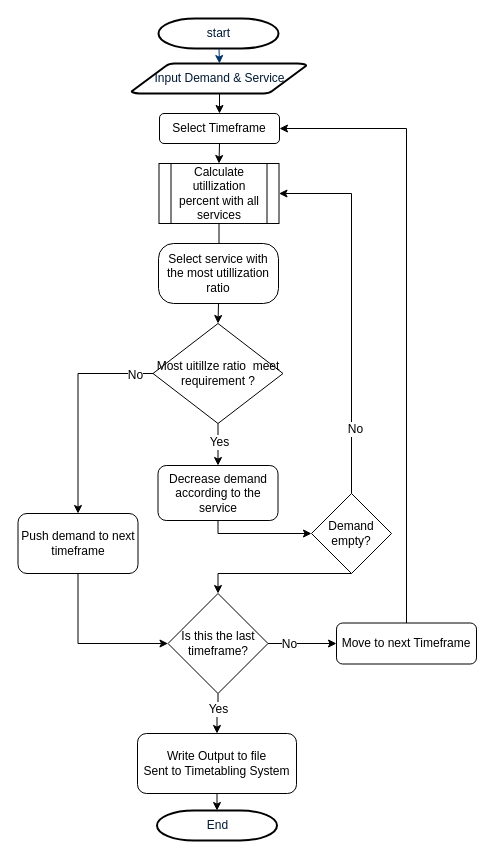
atchapcyp/service_planning_core keeps this draw.io diagram as present_chart/Service plan flow ProjectDay.drawio. Above is the earlier version. Source tidied: cells renumbered, new cells numbered last; positions are measured from the earlier drawing's top-left corner, leaving out a move shared by most shapes. Both pictures are drawn from the tidied source at 100%, with x=0, y=0 at pixel (18, 18).
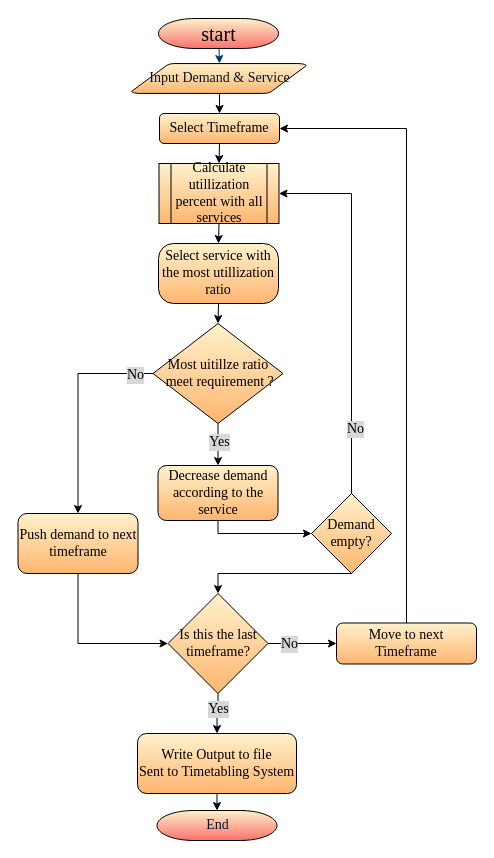
The same page after the edit.

Change to the diagram source:
```diff
@@
-    <mxCell id="2" value="start" style="shape=mxgraph.flowchart.terminator;fillColor=#FFFFFF;strokeColor=#000000;strokeWidth=2;gradientColor=none;gradientDirection=north;fontColor=#001933;fontStyle=0;html=1;" parent="1" vertex="1">
+    <mxCell id="2" value="start" style="shape=mxgraph.flowchart.terminator;fillColor=#FFF2CC;strokeColor=#000000;strokeWidth=1;gradientDirection=south;fontStyle=0;html=1;fontFamily=Times New Roman;spacing=2;fontSize=20;gradientColor=#FA726D;labelBorderColor=none;" parent="1" vertex="1">
       <mxGeometry x="140" width="120" height="30" as="geometry" />
     </mxCell>
-    <mxCell id="3" value="Input Demand &amp;amp; Service&lt;br&gt;" style="shape=mxgraph.flowchart.data;fillColor=#FFFFFF;strokeColor=#000000;strokeWidth=2;gradientColor=none;gradientDirection=north;fontColor=#001933;fontStyle=0;html=1;" parent="1" vertex="1">
+    <mxCell id="3" value="Input Demand &amp;amp; Service&lt;br style=&quot;font-size: 14px;&quot;&gt;" style="shape=mxgraph.flowchart.data;fillColor=#FFF2CC;strokeColor=#000000;strokeWidth=1;gradientColor=#FFB570;gradientDirection=south;fontColor=#001933;fontStyle=0;html=1;fontFamily=Times New Roman;spacing=2;fontSize=14;labelBorderColor=none;" parent="1" vertex="1">
       <mxGeometry x="113" y="45" width="175" height="30" as="geometry" />
     </mxCell>
-    <mxCell id="4" style="edgeStyle=orthogonalEdgeStyle;rounded=0;html=1;exitX=0.5;exitY=1;exitPerimeter=0;entryX=0.5;entryY=0;jettySize=auto;" parent="1" edge="1" target="7">
+    <mxCell id="4" style="edgeStyle=orthogonalEdgeStyle;rounded=0;html=1;exitX=0.5;exitY=1;exitPerimeter=0;entryX=0.5;entryY=0;jettySize=auto;fontFamily=Times New Roman;spacing=2;fontSize=14;labelBorderColor=none;" parent="1" edge="1" target="7">
       <mxGeometry relative="1" as="geometry">
         <mxPoint x="200" y="75" as="sourcePoint" />
       </mxGeometry>
     </mxCell>
-    <mxCell id="5" style="fontColor=#001933;fontStyle=1;strokeColor=#003366;strokeWidth=1;html=1;" parent="1" edge="1" source="2">
+    <mxCell id="5" style="fontColor=#001933;fontStyle=1;strokeColor=#003366;strokeWidth=1;html=1;fontFamily=Times New Roman;spacing=2;fontSize=14;labelBorderColor=none;" parent="1" edge="1" source="2">
       <mxGeometry relative="1" as="geometry">
         <mxPoint x="201" y="45" as="targetPoint" />
       </mxGeometry>
     </mxCell>
-    <mxCell id="6" style="edgeStyle=orthogonalEdgeStyle;rounded=0;html=1;exitX=0.5;exitY=1;entryX=0.5;entryY=0;jettySize=auto;" parent="1" edge="1" source="7" target="23">
+    <mxCell id="6" style="edgeStyle=orthogonalEdgeStyle;rounded=0;html=1;exitX=0.5;exitY=1;entryX=0.5;entryY=0;jettySize=auto;fontFamily=Times New Roman;spacing=2;fontSize=14;labelBorderColor=none;" parent="1" edge="1" source="7" target="23">
       <mxGeometry relative="1" as="geometry" />
     </mxCell>
-    <mxCell id="7" value="Select Timeframe" style="rounded=1;whiteSpace=wrap;html=1;" parent="1" vertex="1">
+    <mxCell id="7" value="Select Timeframe" style="rounded=1;whiteSpace=wrap;html=1;fontFamily=Times New Roman;spacing=2;fontSize=14;fillColor=#FFF2CC;gradientColor=#FFB570;labelBorderColor=none;strokeColor=#000000;strokeWidth=1;" parent="1" vertex="1">
       <mxGeometry x="141" y="95" width="120" height="30" as="geometry" />
     </mxCell>
-    <mxCell id="8" style="edgeStyle=orthogonalEdgeStyle;rounded=0;html=1;exitX=0.5;exitY=0;entryX=1;entryY=0.5;jettySize=auto;" parent="1" edge="1" source="11" target="23">
+    <mxCell id="8" style="edgeStyle=orthogonalEdgeStyle;rounded=0;html=1;exitX=0.5;exitY=0;entryX=1;entryY=0.5;jettySize=auto;fontFamily=Times New Roman;spacing=2;fontSize=14;labelBorderColor=none;" parent="1" edge="1" source="11" target="23">
       <mxGeometry relative="1" as="geometry" />
     </mxCell>
-    <mxCell id="9" value="No" style="text;html=1;align=center;verticalAlign=middle;labelBackgroundColor=#ffffff;" parent="8" vertex="1">
+    <mxCell id="9" value="No" style="text;html=1;align=center;verticalAlign=middle;labelBackgroundColor=#d7d8d9;fontFamily=Times New Roman;spacing=2;fontSize=14;labelBorderColor=none;fontColor=#000000;" parent="8" vertex="1">
       <mxGeometry x="-0.65" y="-3" relative="1" as="geometry" />
     </mxCell>
-    <mxCell id="10" style="edgeStyle=orthogonalEdgeStyle;rounded=0;jettySize=auto;html=1;exitX=0.5;exitY=1;exitDx=0;exitDy=0;entryX=0.5;entryY=0;entryDx=0;entryDy=0;" parent="1" edge="1" source="11" target="16">
+    <mxCell id="10" style="edgeStyle=orthogonalEdgeStyle;rounded=0;jettySize=auto;html=1;exitX=0.5;exitY=1;exitDx=0;exitDy=0;entryX=0.5;entryY=0;entryDx=0;entryDy=0;fontFamily=Times New Roman;spacing=2;fontSize=14;labelBorderColor=none;" parent="1" edge="1" source="11" target="16">
       <mxGeometry relative="1" as="geometry">
         <Array as="points">
           <mxPoint x="200" y="555" />
         </Array>
       </mxGeometry>
     </mxCell>
-    <mxCell id="11" value="Demand empty?" style="rhombus;whiteSpace=wrap;html=1;" parent="1" vertex="1">
+    <mxCell id="11" value="Demand empty?" style="rhombus;whiteSpace=wrap;html=1;fontFamily=Times New Roman;spacing=2;fontSize=14;fillColor=#FFF2CC;gradientColor=#FFB570;labelBorderColor=none;strokeColor=#000000;strokeWidth=1;" parent="1" vertex="1">
       <mxGeometry x="293" y="475" width="80" height="80" as="geometry" />
     </mxCell>
-    <mxCell id="12" style="edgeStyle=orthogonalEdgeStyle;rounded=0;html=1;exitX=0.5;exitY=1;entryX=0.5;entryY=0;jettySize=auto;" parent="1" edge="1" source="16" target="18">
+    <mxCell id="12" style="edgeStyle=orthogonalEdgeStyle;rounded=0;html=1;exitX=0.5;exitY=1;entryX=0.5;entryY=0;jettySize=auto;fontFamily=Times New Roman;spacing=2;fontSize=14;labelBorderColor=none;" parent="1" edge="1" source="16" target="18">
       <mxGeometry relative="1" as="geometry" />
     </mxCell>
-    <mxCell id="13" value="Yes" style="text;html=1;align=center;verticalAlign=middle;labelBackgroundColor=#ffffff;" parent="12" vertex="1">
+    <mxCell id="13" value="Yes" style="text;html=1;align=center;verticalAlign=middle;labelBackgroundColor=#d7d8d9;fontFamily=Times New Roman;spacing=2;fontSize=14;labelBorderColor=none;" parent="12" vertex="1">
       <mxGeometry x="-0.28" relative="1" as="geometry" />
     </mxCell>
-    <mxCell id="14" style="edgeStyle=orthogonalEdgeStyle;rounded=0;html=1;exitX=1;exitY=0.5;entryX=0;entryY=0.5;jettySize=auto;" parent="1" edge="1" source="16" target="32">
+    <mxCell id="14" style="edgeStyle=orthogonalEdgeStyle;rounded=0;html=1;exitX=1;exitY=0.5;entryX=0;entryY=0.5;jettySize=auto;fontFamily=Times New Roman;spacing=2;fontSize=14;labelBorderColor=none;" parent="1" edge="1" source="16" target="32">
       <mxGeometry relative="1" as="geometry" />
     </mxCell>
-    <mxCell id="15" value="No" style="text;html=1;align=center;verticalAlign=middle;labelBackgroundColor=#ffffff;" parent="14" vertex="1">
+    <mxCell id="15" value="No" style="text;html=1;align=center;verticalAlign=middle;labelBackgroundColor=#d7d8d9;fontFamily=Times New Roman;spacing=2;fontSize=14;labelBorderColor=none;" parent="14" vertex="1">
       <mxGeometry x="-0.39" relative="1" as="geometry" />
     </mxCell>
-    <mxCell id="16" value="Is this the last timeframe?" style="rhombus;whiteSpace=wrap;html=1;" parent="1" vertex="1">
+    <mxCell id="16" value="Is this the last timeframe?" style="rhombus;whiteSpace=wrap;html=1;fontFamily=Times New Roman;spacing=2;fontSize=14;fillColor=#FFF2CC;gradientColor=#FFB570;labelBorderColor=none;strokeColor=#000000;strokeWidth=1;" parent="1" vertex="1">
       <mxGeometry x="149.5" y="575" width="100" height="100" as="geometry" />
     </mxCell>
-    <mxCell id="17" style="edgeStyle=orthogonalEdgeStyle;rounded=0;html=1;exitX=0.5;exitY=1;entryX=0.5;entryY=0;entryPerimeter=0;jettySize=auto;" parent="1" edge="1" source="18" target="19">
+    <mxCell id="17" style="edgeStyle=orthogonalEdgeStyle;rounded=0;html=1;exitX=0.5;exitY=1;entryX=0.5;entryY=0;entryPerimeter=0;jettySize=auto;fontFamily=Times New Roman;spacing=2;fontSize=14;labelBorderColor=none;" parent="1" edge="1" source="18" target="19">
       <mxGeometry relative="1" as="geometry" />
     </mxCell>
-    <mxCell id="18" value="Write Output to file&lt;br&gt;Sent to Timetabling System&lt;br&gt;" style="rounded=1;whiteSpace=wrap;html=1;" parent="1" vertex="1">
+    <mxCell id="18" value="Write Output to file&lt;br style=&quot;font-size: 14px;&quot;&gt;Sent to Timetabling System&lt;br style=&quot;font-size: 14px;&quot;&gt;" style="rounded=1;whiteSpace=wrap;html=1;fontFamily=Times New Roman;spacing=2;fontSize=14;fillColor=#FFF2CC;gradientColor=#FFB570;labelBorderColor=none;strokeColor=#000000;strokeWidth=1;" parent="1" vertex="1">
       <mxGeometry x="119" y="715" width="159" height="60" as="geometry" />
     </mxCell>
-    <mxCell id="19" value="End" style="shape=mxgraph.flowchart.terminator;fillColor=#FFFFFF;strokeColor=#000000;strokeWidth=2;gradientColor=none;gradientDirection=north;fontColor=#001933;fontStyle=0;html=1;" parent="1" vertex="1">
+    <mxCell id="19" value="End" style="shape=mxgraph.flowchart.terminator;fillColor=#FFF2CC;strokeColor=#000000;strokeWidth=1;gradientColor=#FA726D;gradientDirection=south;fontColor=#001933;fontStyle=0;html=1;fontFamily=Times New Roman;spacing=2;fontSize=14;labelBorderColor=none;" parent="1" vertex="1">
       <mxGeometry x="138.5" y="792" width="120" height="30" as="geometry" />
     </mxCell>
-    <mxCell id="20" style="edgeStyle=orthogonalEdgeStyle;rounded=0;html=1;exitX=0.5;exitY=1;entryX=0;entryY=0.5;jettySize=auto;" parent="1" edge="1" source="21" target="11">
+    <mxCell id="20" style="edgeStyle=orthogonalEdgeStyle;rounded=0;html=1;exitX=0.5;exitY=1;entryX=0;entryY=0.5;jettySize=auto;fontFamily=Times New Roman;spacing=2;fontSize=14;labelBorderColor=none;" parent="1" edge="1" source="21" target="11">
       <mxGeometry relative="1" as="geometry">
         <Array as="points">
           <mxPoint x="200" y="515" />
           <mxPoint x="293" y="515" />
         </Array>
       </mxGeometry>
     </mxCell>
-    <mxCell id="21" value="Decrease demand according to the service" style="rounded=1;whiteSpace=wrap;html=1;" parent="1" vertex="1">
+    <mxCell id="21" value="Decrease demand according to the service" style="rounded=1;whiteSpace=wrap;html=1;fontFamily=Times New Roman;spacing=2;fontSize=14;fillColor=#FFF2CC;gradientColor=#FFB570;labelBorderColor=none;strokeColor=#000000;strokeWidth=1;" parent="1" vertex="1">
       <mxGeometry x="139.5" y="447" width="120" height="55" as="geometry" />
     </mxCell>
-    <mxCell id="22" style="edgeStyle=orthogonalEdgeStyle;rounded=0;html=1;exitX=0.5;exitY=1;entryX=0.5;entryY=0;jettySize=auto;" parent="1" edge="1" source="23">
-      <mxGeometry relative="1" as="geometry">
-        <mxPoint x="198.7" y="255.2" as="targetPoint" />
-      </mxGeometry>
+    <mxCell id="22" style="edgeStyle=orthogonalEdgeStyle;rounded=0;html=1;exitX=0.5;exitY=1;entryX=0.5;entryY=0;jettySize=auto;fontFamily=Times New Roman;spacing=2;fontSize=14;entryDx=0;entryDy=0;labelBorderColor=none;" parent="1" edge="1" source="23" target="34">
+      <mxGeometry relative="1" as="geometry" />
     </mxCell>
-    <mxCell id="23" value="&lt;span&gt;Calculate utillization percent with all services&lt;/span&gt;" style="shape=process;whiteSpace=wrap;html=1;backgroundOutline=1;" parent="1" vertex="1">
+    <mxCell id="23" value="&lt;span style=&quot;font-size: 14px;&quot;&gt;Calculate utillization percent with all services&lt;/span&gt;" style="shape=process;whiteSpace=wrap;html=1;backgroundOutline=1;fontFamily=Times New Roman;spacing=2;fontSize=14;fillColor=#FFF2CC;gradientColor=#FFB570;labelBorderColor=none;strokeColor=#000000;strokeWidth=1;" parent="1" vertex="1">
       <mxGeometry x="140.5" y="145" width="120" height="60" as="geometry" />
     </mxCell>
-    <mxCell id="24" style="edgeStyle=orthogonalEdgeStyle;rounded=0;html=1;exitX=0.5;exitY=1;entryX=0.5;entryY=0;jettySize=auto;" parent="1" edge="1" source="28" target="21">
+    <mxCell id="24" style="edgeStyle=orthogonalEdgeStyle;rounded=0;html=1;exitX=0.5;exitY=1;entryX=0.5;entryY=0;jettySize=auto;fontFamily=Times New Roman;spacing=2;fontSize=14;labelBorderColor=none;" parent="1" edge="1" source="28" target="21">
       <mxGeometry relative="1" as="geometry" />
     </mxCell>
-    <mxCell id="25" value="Yes" style="text;html=1;align=center;verticalAlign=middle;labelBackgroundColor=#ffffff;" parent="24" vertex="1">
+    <mxCell id="25" value="Yes" style="text;html=1;align=center;verticalAlign=middle;labelBackgroundColor=#d7d8d9;fontFamily=Times New Roman;spacing=2;fontSize=14;labelBorderColor=none;" parent="24" vertex="1">
       <mxGeometry x="-0.65" y="3" relative="1" as="geometry">
         <mxPoint x="-2" y="11" as="offset" />
       </mxGeometry>
     </mxCell>
-    <mxCell id="26" style="edgeStyle=orthogonalEdgeStyle;rounded=0;html=1;exitX=0;exitY=0.5;entryX=0.5;entryY=0;jettySize=auto;" parent="1" edge="1" source="28" target="30">
+    <mxCell id="26" style="edgeStyle=orthogonalEdgeStyle;rounded=0;html=1;exitX=0;exitY=0.5;entryX=0.5;entryY=0;jettySize=auto;fontFamily=Times New Roman;spacing=2;fontSize=14;labelBorderColor=none;" parent="1" edge="1" source="28" target="30">
       <mxGeometry relative="1" as="geometry" />
     </mxCell>
-    <mxCell id="27" value="No" style="text;html=1;align=center;verticalAlign=middle;labelBackgroundColor=#ffffff;" parent="26" vertex="1">
+    <mxCell id="27" value="No" style="text;html=1;align=center;verticalAlign=middle;labelBackgroundColor=#d7d8d9;fontFamily=Times New Roman;spacing=2;fontSize=14;labelBorderColor=none;" parent="26" vertex="1">
       <mxGeometry x="-0.83" y="1" relative="1" as="geometry" />
     </mxCell>
-    <mxCell id="28" value="Most uitillze ratio &amp;nbsp;meet requirement ?" style="rhombus;whiteSpace=wrap;html=1;" parent="1" vertex="1">
+    <mxCell id="28" value="Most uitillze ratio &amp;nbsp;meet requirement ?" style="rhombus;whiteSpace=wrap;html=1;fontFamily=Times New Roman;spacing=2;fontSize=14;fillColor=#FFF2CC;gradientColor=#FFB570;labelBorderColor=none;strokeColor=#000000;strokeWidth=1;" parent="1" vertex="1">
       <mxGeometry x="134.5" y="305" width="130" height="100" as="geometry" />
     </mxCell>
-    <mxCell id="29" style="edgeStyle=orthogonalEdgeStyle;rounded=0;html=1;exitX=0.5;exitY=1;entryX=0;entryY=0.5;jettySize=auto;" parent="1" edge="1" source="30" target="16">
+    <mxCell id="29" style="edgeStyle=orthogonalEdgeStyle;rounded=0;html=1;exitX=0.5;exitY=1;entryX=0;entryY=0.5;jettySize=auto;fontFamily=Times New Roman;spacing=2;fontSize=14;labelBorderColor=none;" parent="1" edge="1" source="30" target="16">
       <mxGeometry relative="1" as="geometry" />
     </mxCell>
-    <mxCell id="30" value="Push demand to next timeframe" style="rounded=1;whiteSpace=wrap;html=1;" parent="1" vertex="1">
+    <mxCell id="30" value="Push demand to next timeframe" style="rounded=1;whiteSpace=wrap;html=1;fontFamily=Times New Roman;spacing=2;fontSize=14;fillColor=#FFF2CC;gradientColor=#FFB570;labelBorderColor=none;strokeColor=#000000;strokeWidth=1;" parent="1" vertex="1">
       <mxGeometry x="-0.5" y="495" width="120" height="60" as="geometry" />
     </mxCell>
-    <mxCell id="31" style="edgeStyle=orthogonalEdgeStyle;rounded=0;html=1;exitX=0.5;exitY=0;entryX=1;entryY=0.5;jettySize=auto;" parent="1" edge="1" source="32" target="7">
+    <mxCell id="31" style="edgeStyle=orthogonalEdgeStyle;rounded=0;html=1;exitX=0.5;exitY=0;entryX=1;entryY=0.5;jettySize=auto;fontFamily=Times New Roman;spacing=2;fontSize=14;labelBorderColor=none;" parent="1" edge="1" source="32" target="7">
       <mxGeometry relative="1" as="geometry" />
     </mxCell>
-    <mxCell id="32" value="Move to next Timeframe" style="rounded=1;whiteSpace=wrap;html=1;" parent="1" vertex="1">
+    <mxCell id="32" value="Move to next Timeframe" style="rounded=1;whiteSpace=wrap;html=1;fontFamily=Times New Roman;spacing=2;fontSize=14;fillColor=#FFF2CC;gradientColor=#FFB570;labelBorderColor=none;strokeColor=#000000;strokeWidth=1;" parent="1" vertex="1">
       <mxGeometry x="318" y="604.5" width="140" height="41" as="geometry" />
     </mxCell>
-    <mxCell id="33" style="edgeStyle=orthogonalEdgeStyle;rounded=0;jettySize=auto;html=1;exitX=0.5;exitY=1;exitDx=0;exitDy=0;entryX=0.5;entryY=0;entryDx=0;entryDy=0;" parent="1" edge="1" source="34" target="28">
+    <mxCell id="33" style="edgeStyle=orthogonalEdgeStyle;rounded=0;jettySize=auto;html=1;exitX=0.5;exitY=1;exitDx=0;exitDy=0;entryX=0.5;entryY=0;entryDx=0;entryDy=0;fontFamily=Times New Roman;spacing=2;fontSize=14;labelBorderColor=none;" parent="1" edge="1" source="34" target="28">
       <mxGeometry relative="1" as="geometry" />
     </mxCell>
-    <mxCell id="34" value="&lt;span&gt;Select service with the most utillization ratio&lt;/span&gt;" style="rounded=1;whiteSpace=wrap;html=1;arcSize=25;" parent="1" vertex="1">
+    <mxCell id="34" value="&lt;span style=&quot;font-size: 14px;&quot;&gt;Select service with the most utillization ratio&lt;/span&gt;" style="rounded=1;whiteSpace=wrap;html=1;arcSize=25;fontFamily=Times New Roman;spacing=2;fontSize=14;fillColor=#FFF2CC;gradientColor=#FFB570;labelBorderColor=none;strokeColor=#000000;strokeWidth=1;" parent="1" vertex="1">
       <mxGeometry x="140" y="225" width="120" height="60" as="geometry" />
     </mxCell>
```
